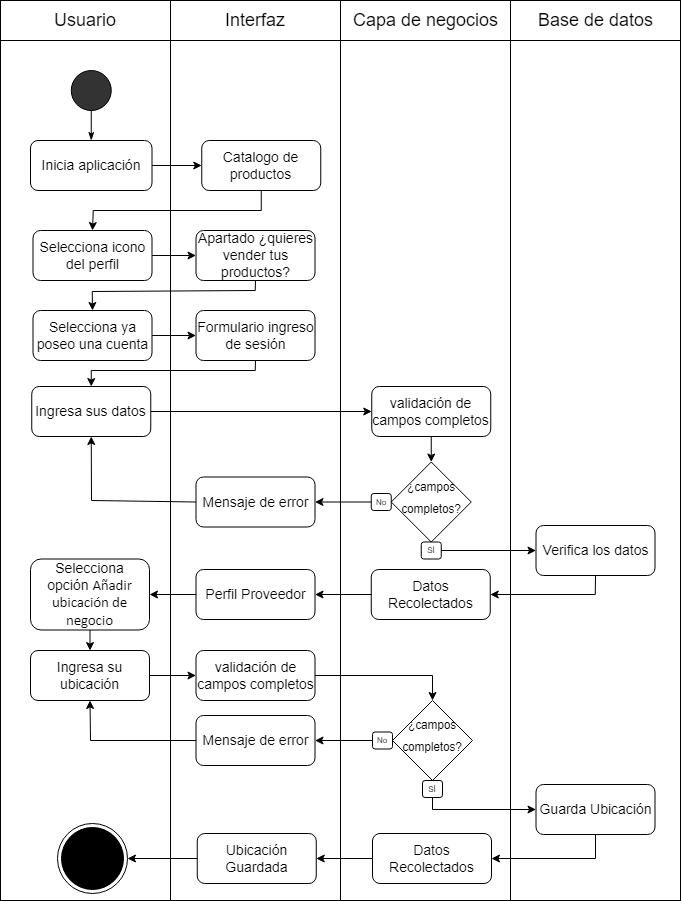
Above: Fase 2/Evidencias Proyecto/Evidencias de documentación/Diagramas/3) Diagrama de Actividad/17)Act_Local_Venta.drawio.png in SoyElMato1/Grupo4-GreenMarket (draw.io), before the change. Source tidied: cells renumbered, new cells last; positions are measured from the earlier drawing's top-left corner, leaving out a move shared by most shapes.
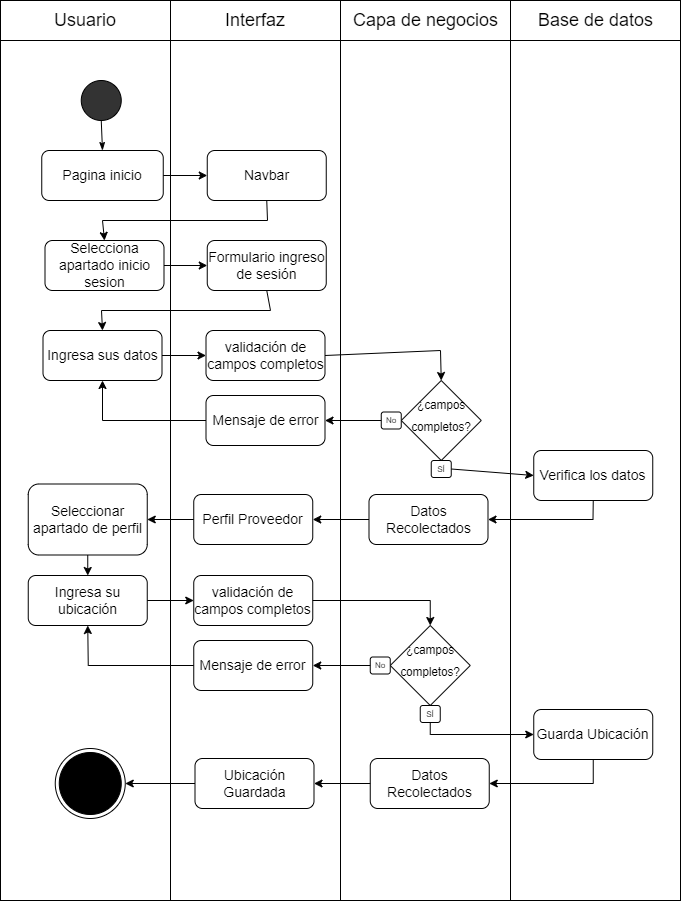
Later version of the same file.

What changed in the source:
```diff
@@ -53,136 +53,42 @@
     <mxCell id="18" style="rounded=0;whiteSpace=wrap;html=1;" parent="1" vertex="1">
       <mxGeometry x="510" y="40" width="170" height="860" as="geometry" />
     </mxCell>
-    <mxCell id="19" style="ellipse;whiteSpace=wrap;html=1;fontSize=18;fillColor=#333333;" parent="1" vertex="1">
-      <mxGeometry x="70.8" y="70" width="40" height="40" as="geometry" />
-    </mxCell>
-    <mxCell id="20" value="Inicia aplicación" style="rounded=1;whiteSpace=wrap;html=1;fontSize=14;" parent="1" vertex="1">
-      <mxGeometry x="30" y="140" width="121.5" height="50" as="geometry" />
-    </mxCell>
-    <mxCell id="21" style="endArrow=none;html=1;rounded=0;fontSize=18;entryX=0.5;entryY=1;entryDx=0;entryDy=0;exitX=0.5;exitY=0;exitDx=0;exitDy=0;startArrow=classicThin;startFill=1;" parent="1" edge="1" source="20" target="19">
-      <mxGeometry relative="1" as="geometry" />
-    </mxCell>
-    <mxCell id="22" value="Catalogo de productos" style="rounded=1;whiteSpace=wrap;html=1;fontSize=14;" parent="1" vertex="1">
-      <mxGeometry x="201.2" y="140" width="119" height="50" as="geometry" />
-    </mxCell>
-    <mxCell id="23" style="endArrow=classic;html=1;rounded=0;exitX=1;exitY=0.5;exitDx=0;exitDy=0;entryX=0;entryY=0.5;entryDx=0;entryDy=0;" parent="1" edge="1" source="20" target="22">
-      <mxGeometry relative="1" as="geometry" />
-    </mxCell>
-    <mxCell id="24" value="Selecciona icono del perfil" style="rounded=1;whiteSpace=wrap;html=1;fontSize=14;" parent="1" vertex="1">
-      <mxGeometry x="32.5" y="230" width="119" height="50" as="geometry" />
-    </mxCell>
-    <mxCell id="25" style="endArrow=classic;html=1;rounded=0;entryX=0.5;entryY=0;entryDx=0;entryDy=0;exitX=0.5;exitY=1;exitDx=0;exitDy=0;" parent="1" edge="1" source="22" target="24">
-      <mxGeometry relative="1" as="geometry">
-        <Array as="points">
-          <mxPoint x="260.8" y="210" />
-          <mxPoint x="92.8" y="210" />
-        </Array>
-      </mxGeometry>
-    </mxCell>
-    <mxCell id="26" value="Apartado ¿quieres vender tus productos?" style="rounded=1;whiteSpace=wrap;html=1;fontSize=14;" parent="1" vertex="1">
-      <mxGeometry x="195.5" y="230" width="119" height="50" as="geometry" />
-    </mxCell>
-    <mxCell id="27" style="endArrow=classic;html=1;rounded=0;exitX=1;exitY=0.5;exitDx=0;exitDy=0;entryX=0;entryY=0.5;entryDx=0;entryDy=0;" parent="1" edge="1" source="24" target="26">
-      <mxGeometry relative="1" as="geometry" />
-    </mxCell>
-    <mxCell id="28" value="Selecciona ya poseo una cuenta" style="rounded=1;whiteSpace=wrap;html=1;fontSize=14;" parent="1" vertex="1">
-      <mxGeometry x="32.5" y="310" width="119" height="50" as="geometry" />
-    </mxCell>
-    <mxCell id="29" style="endArrow=classic;html=1;rounded=0;entryX=0.5;entryY=0;entryDx=0;entryDy=0;exitX=0.5;exitY=1;exitDx=0;exitDy=0;" parent="1" edge="1" source="26" target="28">
-      <mxGeometry relative="1" as="geometry">
-        <Array as="points">
-          <mxPoint x="254.8" y="290" />
-          <mxPoint x="91.8" y="291" />
-        </Array>
-      </mxGeometry>
-    </mxCell>
-    <mxCell id="30" value="Formulario ingreso de sesión" style="rounded=1;whiteSpace=wrap;html=1;fontSize=14;" parent="1" vertex="1">
-      <mxGeometry x="195.5" y="310" width="119" height="50" as="geometry" />
-    </mxCell>
-    <mxCell id="31" style="endArrow=classic;html=1;rounded=0;exitX=1;exitY=0.5;exitDx=0;exitDy=0;entryX=0;entryY=0.5;entryDx=0;entryDy=0;" parent="1" edge="1" source="28" target="30">
-      <mxGeometry relative="1" as="geometry" />
-    </mxCell>
-    <mxCell id="32" style="group;" parent="1" vertex="1">
-      <mxGeometry x="370.8" y="461.5" width="100" height="97" as="geometry" />
-    </mxCell>
-    <mxCell id="33" value="&lt;font style=&quot;line-height: 0; font-size: 14px;&quot;&gt;&lt;sup style=&quot;&quot;&gt;¿campos completos?&lt;/sup&gt;&lt;/font&gt;" style="rhombus;whiteSpace=wrap;html=1;fontSize=18;fillColor=#FFFFFF;align=center;" parent="32" vertex="1">
-      <mxGeometry x="20" width="80" height="80" as="geometry" />
-    </mxCell>
-    <mxCell id="34" value="No" style="rounded=1;whiteSpace=wrap;html=1;fontSize=8;fillColor=#FFFFFF;" parent="32" vertex="1">
-      <mxGeometry y="31.5" width="20" height="17" as="geometry" />
-    </mxCell>
-    <mxCell id="35" value="SÍ" style="rounded=1;whiteSpace=wrap;html=1;fontSize=8;fillColor=#FFFFFF;" parent="32" vertex="1">
-      <mxGeometry x="50" y="80" width="20" height="17" as="geometry" />
-    </mxCell>
     <mxCell id="36" value="Verifica los datos" style="rounded=1;whiteSpace=wrap;html=1;fontSize=14;" parent="1" vertex="1">
-      <mxGeometry x="535.5" y="525" width="119" height="50" as="geometry" />
+      <mxGeometry x="533.2" y="450" width="119" height="50" as="geometry" />
     </mxCell>
-    <mxCell id="37" value="Mensaje de error" style="rounded=1;whiteSpace=wrap;html=1;fontSize=14;" parent="1" vertex="1">
-      <mxGeometry x="195.5" y="476.5" width="119" height="50" as="geometry" />
-    </mxCell>
-    <mxCell id="38" style="endArrow=classic;html=1;rounded=0;entryX=1;entryY=0.5;entryDx=0;entryDy=0;exitX=0;exitY=0.5;exitDx=0;exitDy=0;" parent="1" edge="1" source="34" target="37">
-      <mxGeometry relative="1" as="geometry" />
-    </mxCell>
     <mxCell id="39" value="Perfil Proveedor" style="rounded=1;whiteSpace=wrap;html=1;fontSize=14;" parent="1" vertex="1">
-      <mxGeometry x="195.5" y="569" width="119" height="50" as="geometry" />
+      <mxGeometry x="193.2" y="494" width="119" height="50" as="geometry" />
     </mxCell>
     <mxCell id="40" style="ellipse;html=1;shape=endState;fillColor=#000000;strokeColor=#000000;" parent="1" vertex="1">
-      <mxGeometry x="57" y="823" width="70" height="70" as="geometry" />
+      <mxGeometry x="54.8" y="748" width="70" height="70" as="geometry" />
     </mxCell>
-    <mxCell id="41" value="Ingresa sus datos" style="rounded=1;whiteSpace=wrap;html=1;fontSize=14;" parent="1" vertex="1">
-      <mxGeometry x="31.2" y="386" width="119" height="50" as="geometry" />
-    </mxCell>
-    <mxCell id="42" style="endArrow=classic;html=1;rounded=0;exitX=0.5;exitY=1;exitDx=0;exitDy=0;entryX=0.5;entryY=0;entryDx=0;entryDy=0;" parent="1" edge="1" source="30" target="41">
-      <mxGeometry relative="1" as="geometry">
-        <Array as="points">
-          <mxPoint x="254.8" y="370" />
-          <mxPoint x="90.8" y="370" />
-        </Array>
-      </mxGeometry>
-    </mxCell>
-    <mxCell id="43" value="validación de campos completos" style="rounded=1;whiteSpace=wrap;html=1;fontSize=14;" parent="1" vertex="1">
-      <mxGeometry x="371.2" y="386" width="119" height="50" as="geometry" />
-    </mxCell>
-    <mxCell id="44" style="endArrow=classic;html=1;rounded=0;exitX=1;exitY=0.5;exitDx=0;exitDy=0;entryX=0;entryY=0.5;entryDx=0;entryDy=0;" parent="1" edge="1" source="41" target="43">
-      <mxGeometry relative="1" as="geometry" />
-    </mxCell>
-    <mxCell id="45" style="endArrow=classic;html=1;rounded=0;exitX=0.5;exitY=1;exitDx=0;exitDy=0;entryX=0.5;entryY=0;entryDx=0;entryDy=0;" parent="1" edge="1" source="43" target="33">
-      <mxGeometry relative="1" as="geometry" />
-    </mxCell>
-    <mxCell id="46" style="endArrow=classic;html=1;rounded=0;exitX=0;exitY=0.5;exitDx=0;exitDy=0;entryX=0.5;entryY=1;entryDx=0;entryDy=0;" parent="1" edge="1" source="37" target="41">
-      <mxGeometry relative="1" as="geometry">
-        <Array as="points">
-          <mxPoint x="91" y="500" />
-        </Array>
-      </mxGeometry>
-    </mxCell>
     <mxCell id="47" style="endArrow=classic;html=1;rounded=0;exitX=1;exitY=0.5;exitDx=0;exitDy=0;entryX=0;entryY=0.5;entryDx=0;entryDy=0;" parent="1" edge="1" source="35" target="36">
       <mxGeometry relative="1" as="geometry" />
     </mxCell>
     <mxCell id="48" value="Datos Recolectados" style="rounded=1;whiteSpace=wrap;html=1;fontSize=14;" parent="1" vertex="1">
-      <mxGeometry x="370.8" y="569" width="119" height="50" as="geometry" />
+      <mxGeometry x="368.5" y="494" width="119" height="50" as="geometry" />
     </mxCell>
     <mxCell id="49" style="endArrow=classic;html=1;rounded=0;exitX=0.5;exitY=1;exitDx=0;exitDy=0;entryX=1;entryY=0.5;entryDx=0;entryDy=0;" parent="1" edge="1" source="36" target="48">
       <mxGeometry relative="1" as="geometry">
         <Array as="points">
-          <mxPoint x="594.8" y="594" />
+          <mxPoint x="592.5" y="519" />
         </Array>
       </mxGeometry>
     </mxCell>
     <mxCell id="50" style="endArrow=classic;html=1;rounded=0;exitX=0;exitY=0.5;exitDx=0;exitDy=0;entryX=1;entryY=0.5;entryDx=0;entryDy=0;" parent="1" edge="1" source="48" target="39">
       <mxGeometry relative="1" as="geometry" />
     </mxCell>
-    <mxCell id="51" value="Selecciona opción&amp;nbsp;&lt;span id=&quot;docs-internal-guid-c93d563f-7fff-e436-766b-71baf09ad30b&quot;&gt;&lt;span style=&quot;font-size: 11pt; font-family: Calibri, sans-serif; background-color: transparent; font-variant-numeric: normal; font-variant-east-asian: normal; font-variant-alternates: normal; font-variant-position: normal; vertical-align: baseline; white-space-collapse: preserve;&quot;&gt;Añadir ubicación de negocio&lt;/span&gt;&lt;/span&gt;" style="rounded=1;whiteSpace=wrap;html=1;fontSize=14;" parent="1" vertex="1">
-      <mxGeometry x="30" y="558.5" width="119" height="71" as="geometry" />
+    <mxCell id="51" value="Seleccionar apartado de perfil" style="rounded=1;whiteSpace=wrap;html=1;fontSize=14;" parent="1" vertex="1">
+      <mxGeometry x="27.8" y="483.5" width="119" height="71" as="geometry" />
     </mxCell>
     <mxCell id="52" style="endArrow=classic;html=1;rounded=0;entryX=1;entryY=0.5;entryDx=0;entryDy=0;exitX=0;exitY=0.5;exitDx=0;exitDy=0;" parent="1" edge="1" source="39" target="51">
       <mxGeometry relative="1" as="geometry" />
     </mxCell>
     <mxCell id="53" value="Guarda Ubicación" style="rounded=1;whiteSpace=wrap;html=1;fontSize=14;" parent="1" vertex="1">
-      <mxGeometry x="535.5" y="784" width="119" height="50" as="geometry" />
+      <mxGeometry x="533.2" y="709" width="119" height="50" as="geometry" />
     </mxCell>
     <mxCell id="54" style="group;" parent="1" vertex="1">
-      <mxGeometry x="372" y="700" width="100" height="97" as="geometry" />
+      <mxGeometry x="369.8" y="625" width="100" height="97" as="geometry" />
     </mxCell>
     <mxCell id="55" value="&lt;font style=&quot;line-height: 0; font-size: 14px;&quot;&gt;&lt;sup style=&quot;&quot;&gt;¿campos completos?&lt;/sup&gt;&lt;/font&gt;" style="rhombus;whiteSpace=wrap;html=1;fontSize=18;fillColor=#FFFFFF;align=center;" parent="54" vertex="1">
       <mxGeometry x="20" width="80" height="80" as="geometry" />
@@ -194,41 +100,41 @@
       <mxGeometry x="50" y="80" width="20" height="17" as="geometry" />
     </mxCell>
     <mxCell id="58" value="Mensaje de error" style="rounded=1;whiteSpace=wrap;html=1;fontSize=14;" parent="1" vertex="1">
-      <mxGeometry x="195.5" y="715" width="119" height="50" as="geometry" />
+      <mxGeometry x="193.2" y="640" width="119" height="50" as="geometry" />
     </mxCell>
     <mxCell id="59" style="endArrow=classic;html=1;rounded=0;entryX=1;entryY=0.5;entryDx=0;entryDy=0;exitX=0;exitY=0.5;exitDx=0;exitDy=0;" parent="1" edge="1" source="56" target="58">
       <mxGeometry relative="1" as="geometry" />
     </mxCell>
     <mxCell id="60" value="Ubicación Guardada" style="rounded=1;whiteSpace=wrap;html=1;fontSize=14;" parent="1" vertex="1">
-      <mxGeometry x="196.8" y="833" width="119" height="50" as="geometry" />
+      <mxGeometry x="194.5" y="758" width="119" height="50" as="geometry" />
     </mxCell>
     <mxCell id="61" value="Ingresa su ubicación" style="rounded=1;whiteSpace=wrap;html=1;fontSize=14;" parent="1" vertex="1">
-      <mxGeometry x="30" y="650" width="119" height="50" as="geometry" />
+      <mxGeometry x="27.8" y="575" width="119" height="50" as="geometry" />
     </mxCell>
     <mxCell id="62" value="validación de campos completos" style="rounded=1;whiteSpace=wrap;html=1;fontSize=14;" parent="1" vertex="1">
-      <mxGeometry x="195.5" y="650" width="119" height="50" as="geometry" />
+      <mxGeometry x="193.2" y="575" width="119" height="50" as="geometry" />
     </mxCell>
     <mxCell id="63" style="endArrow=classic;html=1;rounded=0;exitX=1;exitY=0.5;exitDx=0;exitDy=0;entryX=0.5;entryY=0;entryDx=0;entryDy=0;" parent="1" edge="1" source="62" target="55">
       <mxGeometry relative="1" as="geometry">
         <Array as="points">
-          <mxPoint x="432" y="675" />
+          <mxPoint x="429.8" y="600" />
         </Array>
       </mxGeometry>
     </mxCell>
     <mxCell id="64" style="endArrow=classic;html=1;rounded=0;exitX=0.5;exitY=1;exitDx=0;exitDy=0;entryX=0;entryY=0.5;entryDx=0;entryDy=0;" parent="1" edge="1" source="57" target="53">
       <mxGeometry relative="1" as="geometry">
         <Array as="points">
-          <mxPoint x="432" y="809" />
+          <mxPoint x="429.8" y="734" />
         </Array>
       </mxGeometry>
     </mxCell>
     <mxCell id="65" value="Datos Recolectados" style="rounded=1;whiteSpace=wrap;html=1;fontSize=14;" parent="1" vertex="1">
-      <mxGeometry x="372" y="833" width="119" height="50" as="geometry" />
+      <mxGeometry x="369.8" y="758" width="119" height="50" as="geometry" />
     </mxCell>
     <mxCell id="66" style="endArrow=classic;html=1;rounded=0;exitX=0.5;exitY=1;exitDx=0;exitDy=0;entryX=1;entryY=0.5;entryDx=0;entryDy=0;" parent="1" edge="1" source="53" target="65">
       <mxGeometry relative="1" as="geometry">
         <Array as="points">
-          <mxPoint x="595" y="858" />
+          <mxPoint x="592.8" y="783" />
         </Array>
       </mxGeometry>
     </mxCell>
@@ -247,9 +153,90 @@
     <mxCell id="71" style="endArrow=classic;html=1;rounded=0;entryX=0.5;entryY=1;entryDx=0;entryDy=0;exitX=0;exitY=0.5;exitDx=0;exitDy=0;" parent="1" edge="1" source="58" target="61">
       <mxGeometry relative="1" as="geometry">
         <Array as="points">
-          <mxPoint x="90" y="740" />
+          <mxPoint x="87.8" y="665" />
         </Array>
       </mxGeometry>
     </mxCell>
+    <mxCell id="72" style="ellipse;whiteSpace=wrap;html=1;fontSize=18;fillColor=#333333;" parent="1" vertex="1">
+      <mxGeometry x="80.8" y="80" width="40" height="40" as="geometry" />
+    </mxCell>
+    <mxCell id="73" style="endArrow=none;html=1;rounded=0;fontSize=18;entryX=0.5;entryY=1;entryDx=0;entryDy=0;exitX=0.5;exitY=0;exitDx=0;exitDy=0;startArrow=classicThin;startFill=1;" parent="1" edge="1" source="75" target="72">
+      <mxGeometry relative="1" as="geometry" />
+    </mxCell>
+    <mxCell id="30" value="Formulario ingreso de sesión" style="rounded=1;whiteSpace=wrap;html=1;fontSize=14;" parent="1" vertex="1">
+      <mxGeometry x="206.8" y="240" width="119" height="50" as="geometry" />
+    </mxCell>
+    <mxCell id="74" style="group;" parent="1" vertex="1">
+      <mxGeometry x="380.8" y="380" width="100" height="97" as="geometry" />
+    </mxCell>
+    <mxCell id="33" value="&lt;font style=&quot;line-height: 0; font-size: 14px;&quot;&gt;&lt;sup style=&quot;&quot;&gt;¿campos completos?&lt;/sup&gt;&lt;/font&gt;" style="rhombus;whiteSpace=wrap;html=1;fontSize=18;fillColor=#FFFFFF;align=center;" parent="74" vertex="1">
+      <mxGeometry x="20" width="80" height="80" as="geometry" />
+    </mxCell>
+    <mxCell id="34" value="No" style="rounded=1;whiteSpace=wrap;html=1;fontSize=8;fillColor=#FFFFFF;" parent="74" vertex="1">
+      <mxGeometry y="31.5" width="20" height="17" as="geometry" />
+    </mxCell>
+    <mxCell id="35" value="SÍ" style="rounded=1;whiteSpace=wrap;html=1;fontSize=8;fillColor=#FFFFFF;" parent="74" vertex="1">
+      <mxGeometry x="50" y="80" width="20" height="17" as="geometry" />
+    </mxCell>
+    <mxCell id="37" value="Mensaje de error" style="rounded=1;whiteSpace=wrap;html=1;fontSize=14;" parent="1" vertex="1">
+      <mxGeometry x="205.5" y="395" width="119" height="50" as="geometry" />
+    </mxCell>
+    <mxCell id="38" style="endArrow=classic;html=1;rounded=0;entryX=1;entryY=0.5;entryDx=0;entryDy=0;exitX=0;exitY=0.5;exitDx=0;exitDy=0;" parent="1" edge="1" source="34" target="37">
+      <mxGeometry relative="1" as="geometry" />
+    </mxCell>
+    <mxCell id="41" value="Ingresa sus datos" style="rounded=1;whiteSpace=wrap;html=1;fontSize=14;" parent="1" vertex="1">
+      <mxGeometry x="42.5" y="330" width="119" height="50" as="geometry" />
+    </mxCell>
+    <mxCell id="42" style="endArrow=classic;html=1;rounded=0;exitX=0.5;exitY=1;exitDx=0;exitDy=0;entryX=0.5;entryY=0;entryDx=0;entryDy=0;" parent="1" edge="1" source="30" target="41">
+      <mxGeometry relative="1" as="geometry">
+        <Array as="points">
+          <mxPoint x="270" y="310" />
+          <mxPoint x="101" y="310" />
+        </Array>
+      </mxGeometry>
+    </mxCell>
+    <mxCell id="43" value="validación de campos completos" style="rounded=1;whiteSpace=wrap;html=1;fontSize=14;" parent="1" vertex="1">
+      <mxGeometry x="205.5" y="330" width="119" height="50" as="geometry" />
+    </mxCell>
+    <mxCell id="44" style="endArrow=classic;html=1;rounded=0;exitX=1;exitY=0.5;exitDx=0;exitDy=0;entryX=0;entryY=0.5;entryDx=0;entryDy=0;" parent="1" edge="1" source="41" target="43">
+      <mxGeometry relative="1" as="geometry" />
+    </mxCell>
+    <mxCell id="45" style="endArrow=classic;html=1;rounded=0;exitX=1;exitY=0.5;exitDx=0;exitDy=0;entryX=0.5;entryY=0;entryDx=0;entryDy=0;" parent="1" edge="1" source="43" target="33">
+      <mxGeometry relative="1" as="geometry">
+        <Array as="points">
+          <mxPoint x="440" y="350" />
+        </Array>
+      </mxGeometry>
+    </mxCell>
+    <mxCell id="46" style="endArrow=classic;html=1;rounded=0;exitX=0;exitY=0.5;exitDx=0;exitDy=0;entryX=0.5;entryY=1;entryDx=0;entryDy=0;" parent="1" edge="1" source="37" target="41">
+      <mxGeometry relative="1" as="geometry">
+        <Array as="points">
+          <mxPoint x="102" y="420" />
+        </Array>
+      </mxGeometry>
+    </mxCell>
+    <mxCell id="75" value="Pagina inicio" style="rounded=1;whiteSpace=wrap;html=1;fontSize=14;" parent="1" vertex="1">
+      <mxGeometry x="41.2" y="150" width="121.5" height="50" as="geometry" />
+    </mxCell>
+    <mxCell id="76" value="Selecciona apartado inicio sesion" style="rounded=1;whiteSpace=wrap;html=1;fontSize=14;" parent="1" vertex="1">
+      <mxGeometry x="44.5" y="240" width="119" height="50" as="geometry" />
+    </mxCell>
+    <mxCell id="77" value="Navbar" style="rounded=1;whiteSpace=wrap;html=1;fontSize=14;" parent="1" vertex="1">
+      <mxGeometry x="206.8" y="150" width="119" height="50" as="geometry" />
+    </mxCell>
+    <mxCell id="78" style="endArrow=classic;html=1;rounded=0;exitX=0.5;exitY=1;exitDx=0;exitDy=0;entryX=0.5;entryY=0;entryDx=0;entryDy=0;" parent="1" edge="1" source="77" target="76">
+      <mxGeometry relative="1" as="geometry">
+        <Array as="points">
+          <mxPoint x="267" y="220" />
+          <mxPoint x="102" y="220" />
+        </Array>
+      </mxGeometry>
+    </mxCell>
+    <mxCell id="79" style="endArrow=classic;html=1;rounded=0;exitX=1;exitY=0.5;exitDx=0;exitDy=0;entryX=0;entryY=0.5;entryDx=0;entryDy=0;" parent="1" edge="1" source="76" target="30">
+      <mxGeometry relative="1" as="geometry" />
+    </mxCell>
+    <mxCell id="80" style="endArrow=classic;html=1;rounded=0;exitX=1;exitY=0.5;exitDx=0;exitDy=0;entryX=0;entryY=0.5;entryDx=0;entryDy=0;" parent="1" edge="1" source="75" target="77">
+      <mxGeometry relative="1" as="geometry" />
+    </mxCell>
   </root>
 </mxGraphModel>
```
